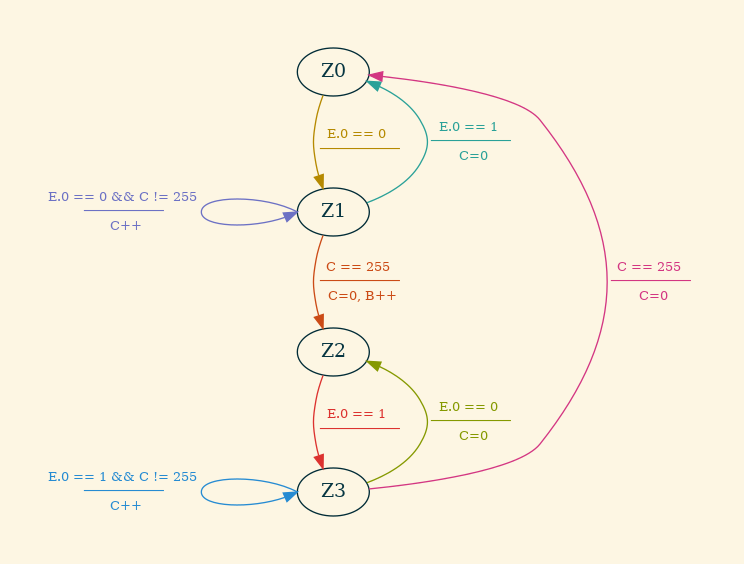
Before: z2/img/graph.png, a diagram exported from Graphviz (dgruszcz/pw-eiti-tm). Its source is kept beside it as z2/img/graph.dot. Source of this version:
```dot
digraph {
    graph [pad="0.5", nodesep="1", bgcolor="#fdf6e3"]
    node [color="#002b36", fontcolor="#073642"]
    edge [fontsize="10"]

    z0  [label="Z0"]
    z1  [label="Z1"]
    z2  [label="Z2"]
    z3  [label="Z3"]

    z0 -> z1 [label="E.0 == 0 \n ──────────", color="#b58900", fontcolor="#b58900"]
    z1 -> z2 [label="C == 255 \n ────────── \n C=0, B++", color="#cb4b16", fontcolor="#cb4b16"]
    z2 -> z3 [label="E.0 == 1 \n ──────────", color="#dc322f", fontcolor="#dc322f"]
    z3 -> z0 [label="C == 255 \n ────────── \n C=0", color="#d33682", fontcolor="#d33682", constraint="false"]

    z1:w -> z1:w [label="E.0 == 0 && C != 255 \n ────────── \n C++", color="#6c71c4", fontcolor="#6c71c4", constraint="false"]
    z3:w -> z3:w [label="E.0 == 1 && C != 255 \n ────────── \n C++", color="#268bd2", fontcolor="#268bd2", constraint="false"]

    z1 -> z0 [label="E.0 == 1 \n ────────── \n C=0", color="#2aa198", fontcolor="#2aa198", constraint="false"]
    z3 -> z2 [label="E.0 == 0 \n ────────── \n C=0", color="#859900", fontcolor="#859900", constraint="false"]
}
```
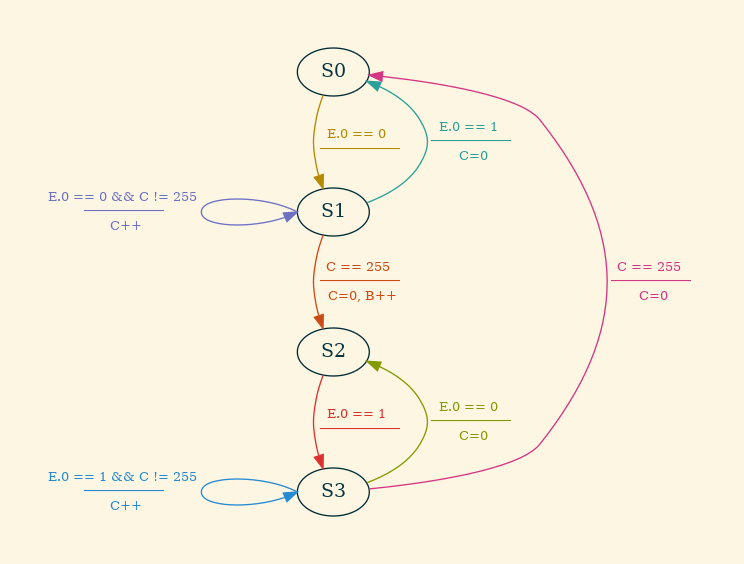
After the change.

Commit message:
change names of the states

Diff of the diagram source:
```diff
@@ -3,10 +3,10 @@
     node [color="#002b36", fontcolor="#073642"]
     edge [fontsize="10"]
 
-    z0  [label="Z0"]
-    z1  [label="Z1"]
-    z2  [label="Z2"]
-    z3  [label="Z3"]
+    z0  [label="S0"]
+    z1  [label="S1"]
+    z2  [label="S2"]
+    z3  [label="S3"]
 
     z0 -> z1 [label="E.0 == 0 \n ──────────", color="#b58900", fontcolor="#b58900"]
     z1 -> z2 [label="C == 255 \n ────────── \n C=0, B++", color="#cb4b16", fontcolor="#cb4b16"]
```
